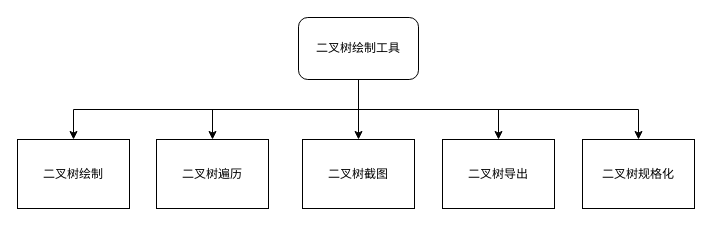
This is 二叉树_功能图.drawio from wencanning/draw.io, a draw.io file, before an edit. Source tidied: cells renumbered, new cells numbered last; positions are measured from the earlier drawing's top-left corner, leaving out a move shared by most shapes. Both pictures are drawn from the tidied source at 100%, with x=0, y=0 at pixel (17, 17).
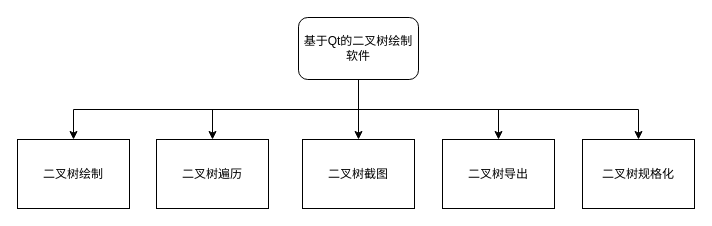
After the change.

Commit message:
更新二叉树_功能图.drawio

Change to the diagram source:
```diff
@@
 <mxGraphModel>
   <root>
     <mxCell id="0" />
     <mxCell id="1" parent="0" />
     <mxCell id="2" style="edgeStyle=orthogonalEdgeStyle;rounded=0;jettySize=auto;html=1;entryX=0.5;entryY=0;entryDx=0;entryDy=0;" parent="1" edge="1" source="7" target="10">
       <mxGeometry relative="1" as="geometry" />
     </mxCell>
     <mxCell id="3" style="edgeStyle=orthogonalEdgeStyle;rounded=0;jettySize=auto;html=1;exitX=0.5;exitY=1;exitDx=0;exitDy=0;entryX=0.5;entryY=0;entryDx=0;entryDy=0;" parent="1" edge="1" source="7" target="12">
       <mxGeometry relative="1" as="geometry" />
     </mxCell>
     <mxCell id="4" style="edgeStyle=orthogonalEdgeStyle;rounded=0;jettySize=auto;html=1;exitX=0.5;exitY=1;exitDx=0;exitDy=0;" parent="1" edge="1" source="7" target="9">
       <mxGeometry relative="1" as="geometry" />
     </mxCell>
     <mxCell id="5" style="edgeStyle=orthogonalEdgeStyle;rounded=0;jettySize=auto;html=1;exitX=0.5;exitY=1;exitDx=0;exitDy=0;entryX=0.5;entryY=0;entryDx=0;entryDy=0;" parent="1" edge="1" source="7" target="11">
       <mxGeometry relative="1" as="geometry" />
     </mxCell>
     <mxCell id="6" style="edgeStyle=orthogonalEdgeStyle;rounded=0;jettySize=auto;html=1;exitX=0.5;exitY=1;exitDx=0;exitDy=0;" parent="1" edge="1" source="7" target="8">
       <mxGeometry relative="1" as="geometry" />
     </mxCell>
-    <mxCell id="7" value="二叉树绘制工具" style="rounded=1;whiteSpace=wrap;html=1;" parent="1" vertex="1">
+    <mxCell id="7" value="基于Qt的二叉树绘制软件" style="rounded=1;whiteSpace=wrap;html=1;" parent="1" vertex="1">
       <mxGeometry x="281" width="120" height="62" as="geometry" />
     </mxCell>
     <mxCell id="8" value="二叉树绘制" style="rounded=0;whiteSpace=wrap;html=1;" parent="1" vertex="1">
       <mxGeometry y="122" width="112" height="69" as="geometry" />
     </mxCell>
     <mxCell id="9" value="二叉树遍历" style="rounded=0;whiteSpace=wrap;html=1;" parent="1" vertex="1">
       <mxGeometry x="139" y="122" width="112" height="69" as="geometry" />
     </mxCell>
     <mxCell id="10" value="二叉树截图" style="rounded=0;whiteSpace=wrap;html=1;" parent="1" vertex="1">
       <mxGeometry x="285" y="122" width="112" height="69" as="geometry" />
     </mxCell>
     <mxCell id="11" value="二叉树导出" style="rounded=0;whiteSpace=wrap;html=1;" parent="1" vertex="1">
       <mxGeometry x="425" y="122" width="112" height="69" as="geometry" />
     </mxCell>
     <mxCell id="12" value="二叉树规格化" style="rounded=0;whiteSpace=wrap;html=1;" parent="1" vertex="1">
       <mxGeometry x="565" y="122" width="112" height="69" as="geometry" />
     </mxCell>
   </root>
 </mxGraphModel>
```
